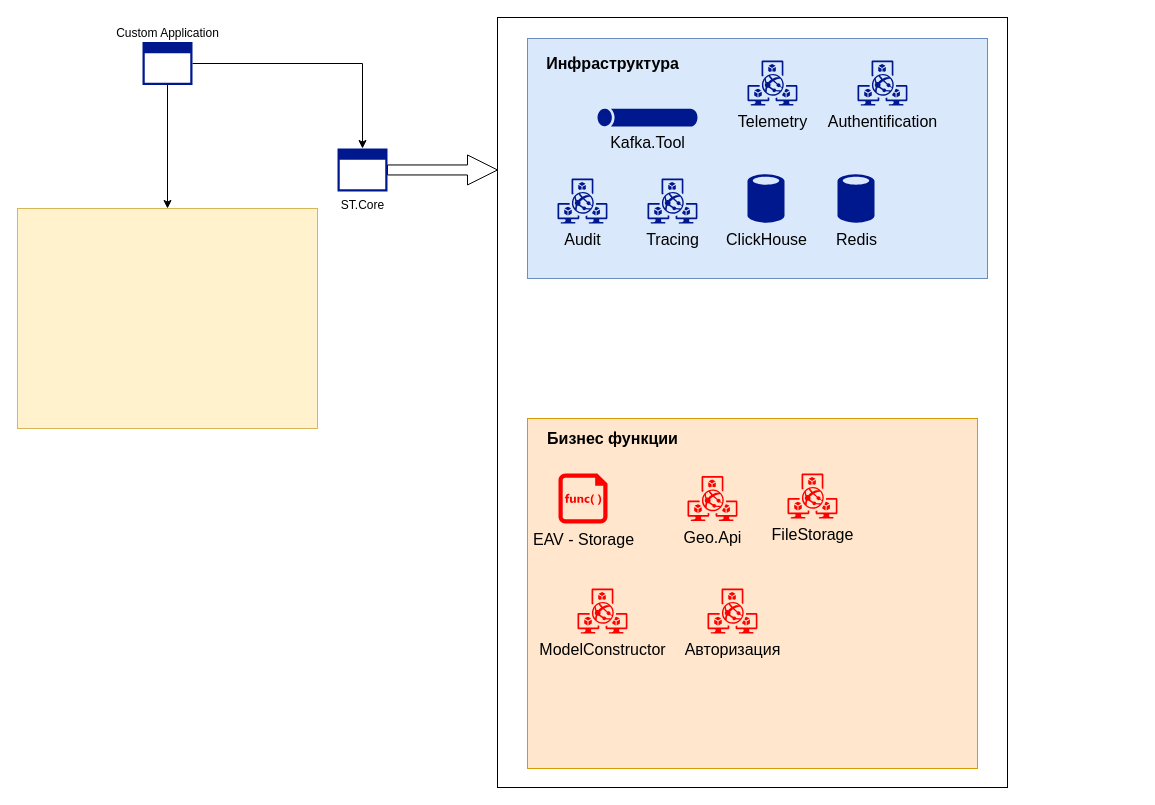
Above: Архитектура_ST_2.drawio in aaf1974/ProjectDiagram (draw.io), before the change. Source tidied: cells renumbered, new cells numbered last; positions are measured from the earlier drawing's top-left corner, leaving out a move shared by most shapes. Both pictures are drawn from the tidied source at 100%, with x=0, y=0 at pixel (17, 17).
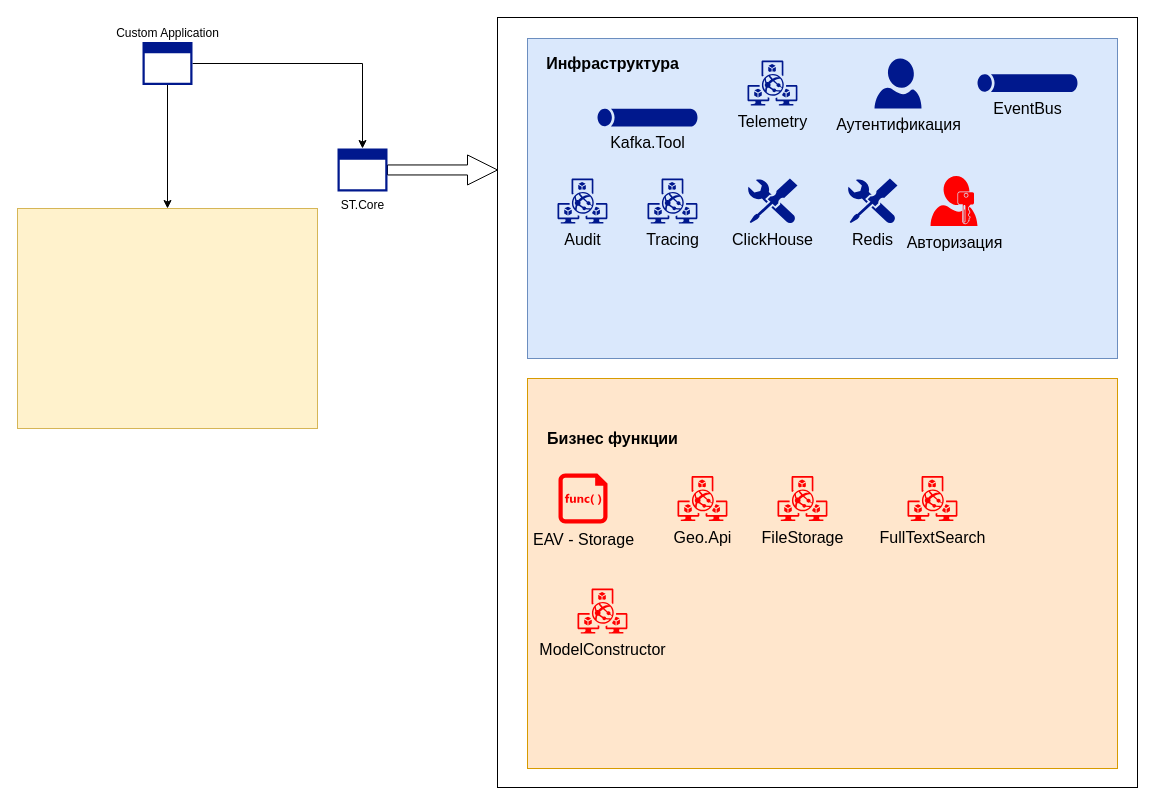
The same page after the edit.

The edit, as a diff of the source:
```diff
@@
     <mxCell id="7" style="rounded=0;whiteSpace=wrap;html=1;" parent="1" vertex="1">
-      <mxGeometry x="480" width="510" height="770" as="geometry" />
+      <mxGeometry x="480" width="640" height="770" as="geometry" />
     </mxCell>
     <mxCell id="8" style="rounded=0;whiteSpace=wrap;html=1;fillColor=#dae8fc;strokeColor=#6c8ebf;" parent="1" vertex="1">
-      <mxGeometry x="510" y="21" width="460" height="240" as="geometry" />
+      <mxGeometry x="510" y="21" width="590" height="320" as="geometry" />
     </mxCell>
     <mxCell id="9" style="rounded=0;whiteSpace=wrap;html=1;fillColor=#ffe6cc;strokeColor=#d79b00;" parent="1" vertex="1">
-      <mxGeometry x="510" y="401" width="450" height="350" as="geometry" />
+      <mxGeometry x="510" y="361" width="590" height="390" as="geometry" />
     </mxCell>
@@
-    <mxCell id="14" value="Authentification" style="sketch=0;shadow=0;dashed=0;html=1;strokeColor=none;labelPosition=center;verticalLabelPosition=bottom;verticalAlign=top;align=center;fillColor=#00188D;shape=mxgraph.mscae.enterprise.pack;fontSize=16;" parent="1" vertex="1">
-      <mxGeometry x="840" y="43" width="50" height="45" as="geometry" />
-    </mxCell>
@@
     <mxCell id="17" value="Geo.Api" style="sketch=0;shadow=0;dashed=0;html=1;strokeColor=none;labelPosition=center;verticalLabelPosition=bottom;verticalAlign=top;align=center;fillColor=#FF0000;shape=mxgraph.mscae.enterprise.pack;fontSize=16;" parent="1" vertex="1">
-      <mxGeometry x="670" y="458.5" width="50" height="45" as="geometry" />
+      <mxGeometry x="660" y="458.5" width="50" height="45" as="geometry" />
     </mxCell>
@@
-    <mxCell id="19" value="ClickHouse" style="sketch=0;shadow=0;dashed=0;html=1;strokeColor=none;labelPosition=center;verticalLabelPosition=bottom;verticalAlign=top;align=center;fillColor=#00188D;shape=mxgraph.mscae.enterprise.database_generic;fontSize=16;" parent="1" vertex="1">
-      <mxGeometry x="730" y="156" width="37" height="50" as="geometry" />
-    </mxCell>
-    <mxCell id="20" value="Redis" style="sketch=0;shadow=0;dashed=0;html=1;strokeColor=none;labelPosition=center;verticalLabelPosition=bottom;verticalAlign=top;align=center;fillColor=#00188D;shape=mxgraph.mscae.enterprise.database_generic;fontSize=16;" parent="1" vertex="1">
-      <mxGeometry x="820" y="156" width="37" height="50" as="geometry" />
-    </mxCell>
     <mxCell id="21" value="FileStorage" style="sketch=0;shadow=0;dashed=0;html=1;strokeColor=none;labelPosition=center;verticalLabelPosition=bottom;verticalAlign=top;align=center;fillColor=#FF0000;shape=mxgraph.mscae.enterprise.pack;fontSize=16;" parent="1" vertex="1">
-      <mxGeometry x="770" y="456" width="50" height="45" as="geometry" />
+      <mxGeometry x="760" y="458.5" width="50" height="45" as="geometry" />
     </mxCell>
@@
+    <mxCell id="25" value="EventBus" style="sketch=0;shadow=0;dashed=0;html=1;strokeColor=none;labelPosition=center;verticalLabelPosition=bottom;verticalAlign=top;align=center;fillColor=#00188D;shape=mxgraph.mscae.general.tunnel;fontSize=16;" parent="1" vertex="1">
+      <mxGeometry x="960" y="56.5" width="100" height="18" as="geometry" />
+    </mxCell>
+    <mxCell id="26" value="FullTextSearch" style="sketch=0;shadow=0;dashed=0;html=1;strokeColor=none;labelPosition=center;verticalLabelPosition=bottom;verticalAlign=top;align=center;fillColor=#FF0000;shape=mxgraph.mscae.enterprise.pack;fontSize=16;" parent="1" vertex="1">
+      <mxGeometry x="890" y="458.5" width="50" height="45" as="geometry" />
+    </mxCell>
-    <mxCell id="24" value="Авторизация" style="sketch=0;shadow=0;dashed=0;html=1;strokeColor=none;labelPosition=center;verticalLabelPosition=bottom;verticalAlign=top;align=center;fillColor=#FF0000;shape=mxgraph.mscae.enterprise.pack;fontSize=16;" parent="1" vertex="1">
-      <mxGeometry x="690" y="571" width="50" height="45" as="geometry" />
+    <mxCell id="24" value="Авторизация" style="sketch=0;shadow=0;dashed=0;html=1;strokeColor=none;labelPosition=center;verticalLabelPosition=bottom;verticalAlign=top;align=center;shape=mxgraph.mscae.enterprise.user_permissions;fillColor=#FF0000;fontSize=16;" parent="1" vertex="1">
+      <mxGeometry x="913" y="158.5" width="47" height="50" as="geometry" />
     </mxCell>
+    <mxCell id="27" value="Аутентификация" style="sketch=0;shadow=0;dashed=0;html=1;strokeColor=none;labelPosition=center;verticalLabelPosition=bottom;verticalAlign=top;align=center;fillColor=#00188D;shape=mxgraph.azure.user;fontSize=16;" parent="1" vertex="1">
+      <mxGeometry x="857" y="41" width="47" height="50" as="geometry" />
+    </mxCell>
+    <mxCell id="19" value="ClickHouse" style="sketch=0;shadow=0;dashed=0;html=1;strokeColor=none;labelPosition=center;verticalLabelPosition=bottom;verticalAlign=top;align=center;fillColor=#00188D;shape=mxgraph.mscae.enterprise.tool;fontSize=16;" parent="1" vertex="1">
+      <mxGeometry x="730" y="161" width="50" height="45" as="geometry" />
+    </mxCell>
+    <mxCell id="20" value="Redis" style="sketch=0;shadow=0;dashed=0;html=1;strokeColor=none;labelPosition=center;verticalLabelPosition=bottom;verticalAlign=top;align=center;fillColor=#00188D;shape=mxgraph.mscae.enterprise.tool;fontSize=16;" parent="1" vertex="1">
+      <mxGeometry x="830" y="161" width="50" height="45" as="geometry" />
+    </mxCell>
```
